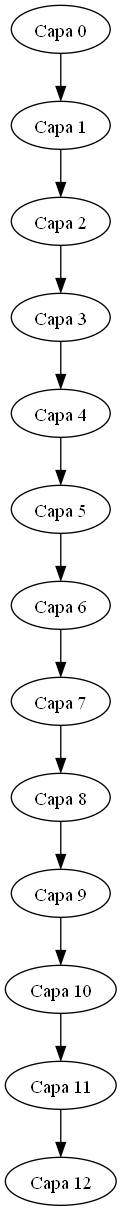
Earlier version of the Graphviz export img/arbolCapas.png (C-FernandoSazo/EDD_PROYECTOF2_202202906). Its source is kept beside it as dot/arbolCapas.dot. Its diagram source:
```dot
 digraph capas {
"Capa0" [label="Capa 0"]
"Capa0" -> "Capa1"
"Capa1" [label="Capa 1"]
"Capa1" -> "Capa2"
"Capa2" [label="Capa 2"]
"Capa2" -> "Capa3"
"Capa3" [label="Capa 3"]
"Capa3" -> "Capa4"
"Capa4" [label="Capa 4"]
"Capa4" -> "Capa5"
"Capa5" [label="Capa 5"]
"Capa5" -> "Capa6"
"Capa6" [label="Capa 6"]
"Capa6" -> "Capa7"
"Capa7" [label="Capa 7"]
"Capa7" -> "Capa8"
"Capa8" [label="Capa 8"]
"Capa8" -> "Capa9"
"Capa9" [label="Capa 9"]
"Capa9" -> "Capa10"
"Capa10" [label="Capa 10"]
"Capa10" -> "Capa11"
"Capa11" [label="Capa 11"]
"Capa11" -> "Capa12"
"Capa12" [label="Capa 12"]
 }
```
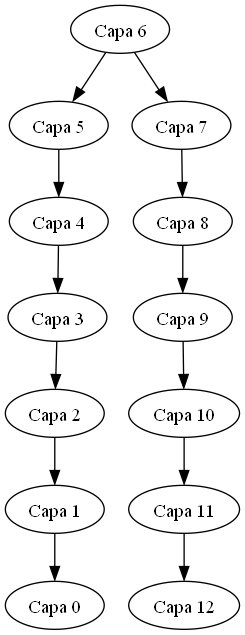
Later version of the same file.

Diff of the diagram source:
```diff
@@ -1,17 +1,17 @@
  digraph capas {
+"Capa6" [label="Capa 6"]
+"Capa6" -> "Capa5"
+"Capa5" [label="Capa 5"]
+"Capa5" -> "Capa4"
+"Capa4" [label="Capa 4"]
+"Capa4" -> "Capa3"
+"Capa3" [label="Capa 3"]
+"Capa3" -> "Capa2"
+"Capa2" [label="Capa 2"]
+"Capa2" -> "Capa1"
+"Capa1" [label="Capa 1"]
+"Capa1" -> "Capa0"
 "Capa0" [label="Capa 0"]
-"Capa0" -> "Capa1"
-"Capa1" [label="Capa 1"]
-"Capa1" -> "Capa2"
-"Capa2" [label="Capa 2"]
-"Capa2" -> "Capa3"
-"Capa3" [label="Capa 3"]
-"Capa3" -> "Capa4"
-"Capa4" [label="Capa 4"]
-"Capa4" -> "Capa5"
-"Capa5" [label="Capa 5"]
-"Capa5" -> "Capa6"
-"Capa6" [label="Capa 6"]
 "Capa6" -> "Capa7"
 "Capa7" [label="Capa 7"]
 "Capa7" -> "Capa8"
```
